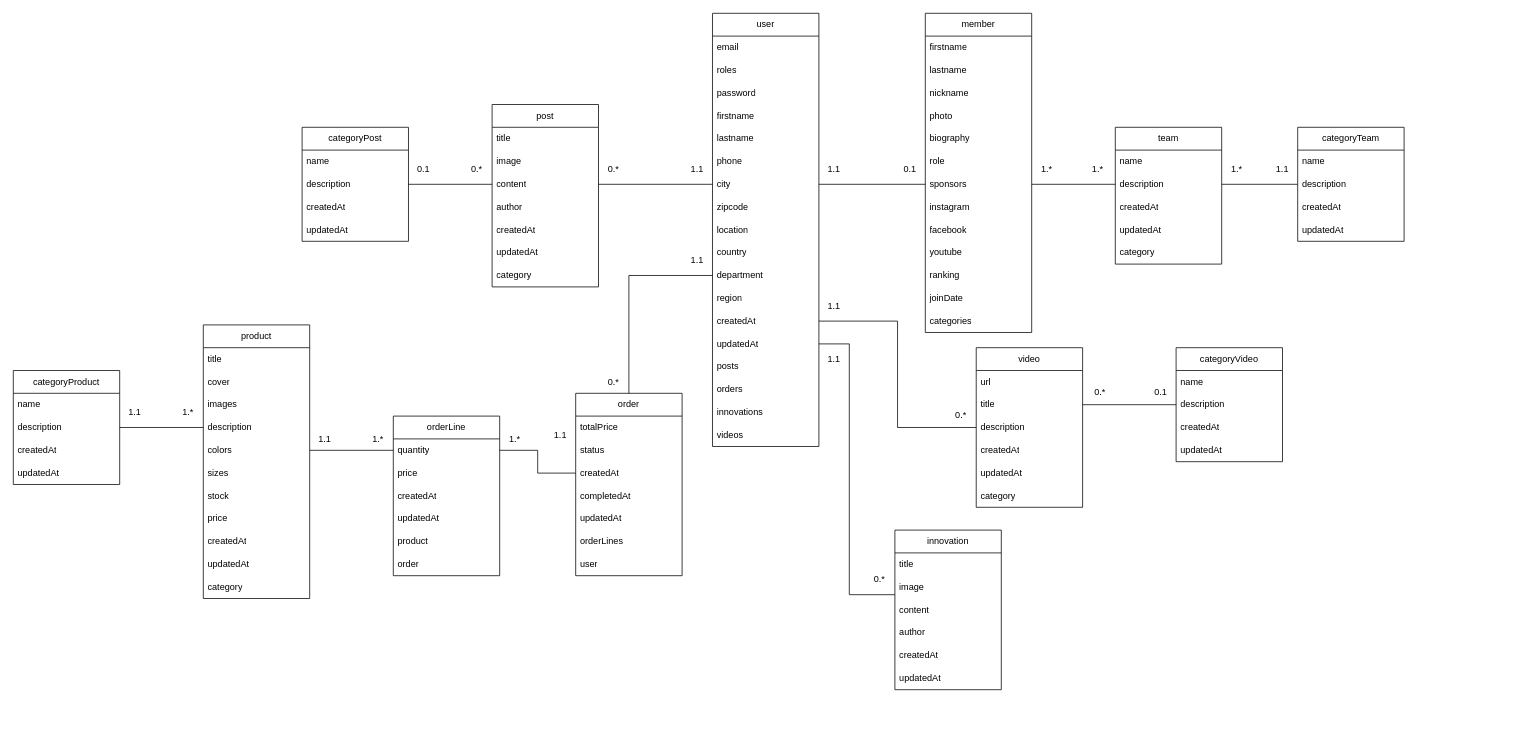
This is MCD.drawio from Altmanmike/bodyboardbrand, a draw.io file, before an edit. Source tidied: cells renumbered, new cells numbered last; positions are measured from the earlier drawing's top-left corner, leaving out a move shared by most shapes. Both pictures are drawn from the tidied source at 76%, with x=0, y=0 at pixel (13, 13).
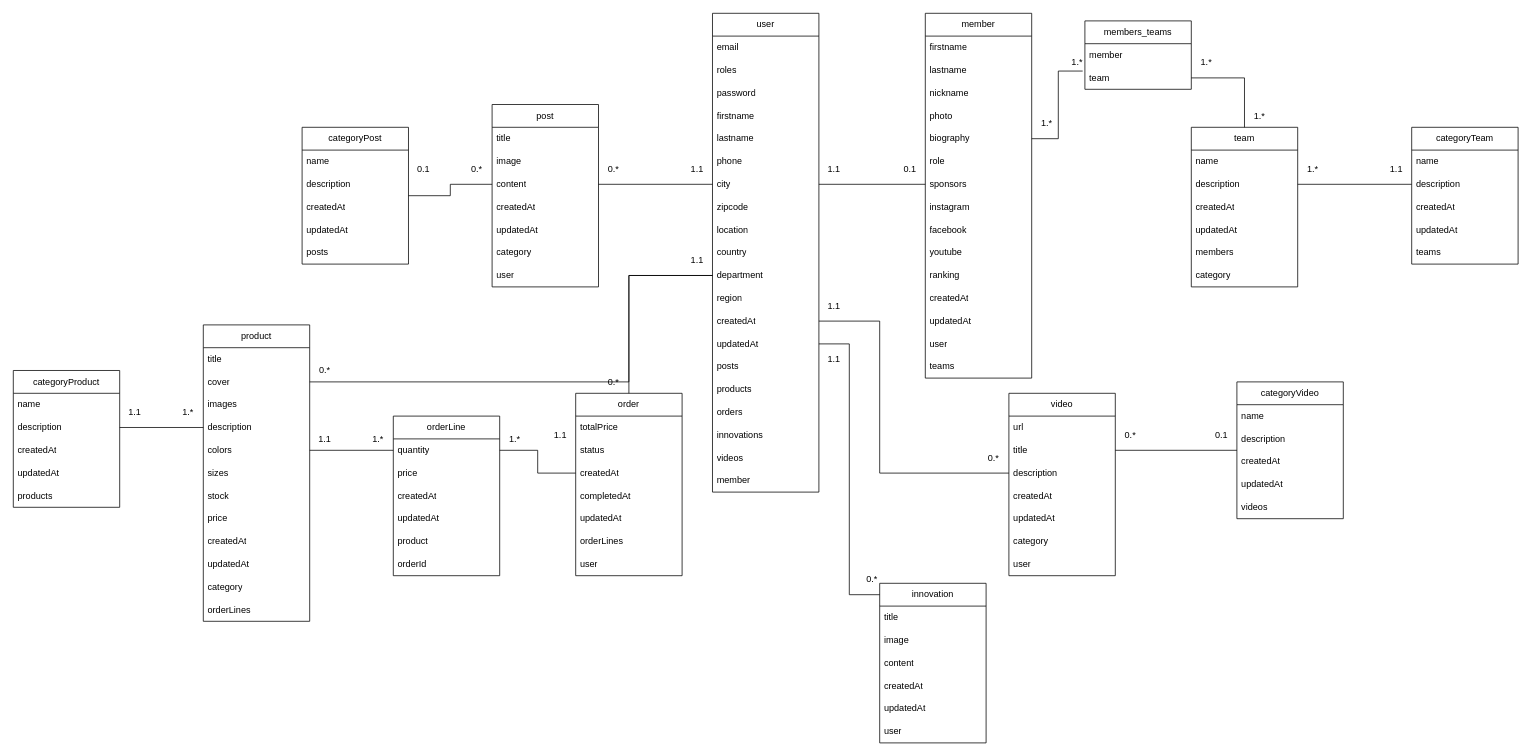
Above is the later version.

The change refers to these unchanged cells:
```xml
<mxCell id="13" value="department" style="text;strokeColor=none;fillColor=none;align=left;verticalAlign=middle;spacingLeft=4;spacingRight=4;overflow=hidden;points=[[0,0.5],[1,0.5]];portConstraint=eastwest;whiteSpace=wrap;html=1;" parent="2" vertex="1">
  <mxGeometry y="330" width="140" height="30" as="geometry" />
</mxCell>
<mxCell id="15" value="createdAt" style="text;strokeColor=none;fillColor=none;align=left;verticalAlign=middle;spacingLeft=4;spacingRight=4;overflow=hidden;points=[[0,0.5],[1,0.5]];portConstraint=eastwest;whiteSpace=wrap;html=1;" parent="2" vertex="1">
  <mxGeometry y="390" width="140" height="30" as="geometry" />
</mxCell>
<mxCell id="26" value="biography" style="text;strokeColor=none;fillColor=none;align=left;verticalAlign=middle;spacingLeft=4;spacingRight=4;overflow=hidden;points=[[0,0.5],[1,0.5]];portConstraint=eastwest;whiteSpace=wrap;html=1;" parent="21" vertex="1">
  <mxGeometry y="150" width="140" height="30" as="geometry" />
</mxCell>
<mxCell id="28" value="sponsors" style="text;strokeColor=none;fillColor=none;align=left;verticalAlign=middle;spacingLeft=4;spacingRight=4;overflow=hidden;points=[[0,0.5],[1,0.5]];portConstraint=eastwest;whiteSpace=wrap;html=1;" parent="21" vertex="1">
  <mxGeometry y="210" width="140" height="30" as="geometry" />
</mxCell>
<mxCell id="44" value="description" style="text;strokeColor=none;fillColor=none;align=left;verticalAlign=middle;spacingLeft=4;spacingRight=4;overflow=hidden;points=[[0,0.5],[1,0.5]];portConstraint=eastwest;whiteSpace=wrap;html=1;" parent="42" vertex="1">
  <mxGeometry y="60" width="140" height="30" as="geometry" />
</mxCell>
<mxCell id="51" value="description" style="text;strokeColor=none;fillColor=none;align=left;verticalAlign=middle;spacingLeft=4;spacingRight=4;overflow=hidden;points=[[0,0.5],[1,0.5]];portConstraint=eastwest;whiteSpace=wrap;html=1;" parent="48" vertex="1">
  <mxGeometry y="90" width="140" height="30" as="geometry" />
</mxCell>
<mxCell id="55" value="post" style="swimlane;fontStyle=0;horizontal=1;startSize=30;whiteSpace=wrap;html=1;" parent="1" vertex="1">
  <mxGeometry x="630" y="120" width="140" height="240" as="geometry" />
</mxCell>
<mxCell id="65" value="cover" style="text;strokeColor=none;fillColor=none;align=left;verticalAlign=middle;spacingLeft=4;spacingRight=4;overflow=hidden;points=[[0,0.5],[1,0.5]];portConstraint=eastwest;whiteSpace=wrap;html=1;" parent="63" vertex="1">
  <mxGeometry y="60" width="140" height="30" as="geometry" />
</mxCell>
<mxCell id="130" value="orderLine" style="swimlane;fontStyle=0;horizontal=1;startSize=30;whiteSpace=wrap;html=1;" parent="1" vertex="1">
  <mxGeometry x="500" y="530" width="140" height="210" as="geometry" />
</mxCell>
```

Diff of the diagram source:
```diff
@@
     <mxCell id="2" value="user" style="swimlane;fontStyle=0;horizontal=1;startSize=30;whiteSpace=wrap;html=1;" parent="1" vertex="1">
-      <mxGeometry x="920" width="140" height="570" as="geometry" />
+      <mxGeometry x="920" width="140" height="630" as="geometry" />
     </mxCell>
@@
+    <mxCell id="146" value="products" style="text;strokeColor=none;fillColor=none;align=left;verticalAlign=middle;spacingLeft=4;spacingRight=4;overflow=hidden;whiteSpace=wrap;html=1;" parent="2" vertex="1">
+      <mxGeometry y="480" width="140" height="30" as="geometry" />
+    </mxCell>
     <mxCell id="18" value="orders" style="text;strokeColor=none;fillColor=none;align=left;verticalAlign=middle;spacingLeft=4;spacingRight=4;overflow=hidden;whiteSpace=wrap;html=1;" parent="2" vertex="1">
-      <mxGeometry y="480" width="140" height="30" as="geometry" />
+      <mxGeometry y="510" width="140" height="30" as="geometry" />
     </mxCell>
     <mxCell id="19" value="innovations" style="text;strokeColor=none;fillColor=none;align=left;verticalAlign=middle;spacingLeft=4;spacingRight=4;overflow=hidden;whiteSpace=wrap;html=1;" parent="2" vertex="1">
-      <mxGeometry y="510" width="140" height="30" as="geometry" />
+      <mxGeometry y="540" width="140" height="30" as="geometry" />
     </mxCell>
     <mxCell id="20" value="videos" style="text;strokeColor=none;fillColor=none;align=left;verticalAlign=middle;spacingLeft=4;spacingRight=4;overflow=hidden;whiteSpace=wrap;html=1;" parent="2" vertex="1">
-      <mxGeometry y="540" width="140" height="30" as="geometry" />
+      <mxGeometry y="570" width="140" height="30" as="geometry" />
     </mxCell>
+    <mxCell id="147" value="member" style="text;strokeColor=none;fillColor=none;align=left;verticalAlign=middle;spacingLeft=4;spacingRight=4;overflow=hidden;whiteSpace=wrap;html=1;" parent="2" vertex="1">
+      <mxGeometry y="600" width="140" height="30" as="geometry" />
+    </mxCell>
     <mxCell id="21" value="member" style="swimlane;fontStyle=0;horizontal=1;startSize=30;whiteSpace=wrap;html=1;" parent="1" vertex="1">
-      <mxGeometry x="1200" width="140" height="420" as="geometry" />
+      <mxGeometry x="1200" width="140" height="480" as="geometry" />
     </mxCell>
@@
-    <mxCell id="33" value="joinDate" style="text;strokeColor=none;fillColor=none;align=left;verticalAlign=middle;spacingLeft=4;spacingRight=4;overflow=hidden;whiteSpace=wrap;html=1;" parent="21" vertex="1">
-      <mxGeometry y="360" width="140" height="30" as="geometry" />
-    </mxCell>
+    <mxCell id="148" value="createdAt" style="text;strokeColor=none;fillColor=none;align=left;verticalAlign=middle;spacingLeft=4;spacingRight=4;overflow=hidden;whiteSpace=wrap;html=1;" parent="21" vertex="1">
+      <mxGeometry y="360" width="140" height="30" as="geometry" />
+    </mxCell>
+    <mxCell id="149" value="updatedAt" style="text;strokeColor=none;fillColor=none;align=left;verticalAlign=middle;spacingLeft=4;spacingRight=4;overflow=hidden;whiteSpace=wrap;html=1;" parent="21" vertex="1">
+      <mxGeometry y="390" width="140" height="30" as="geometry" />
+    </mxCell>
+    <mxCell id="150" value="user" style="text;strokeColor=none;fillColor=none;align=left;verticalAlign=middle;spacingLeft=4;spacingRight=4;overflow=hidden;whiteSpace=wrap;html=1;" parent="21" vertex="1">
+      <mxGeometry y="420" width="140" height="30" as="geometry" />
+    </mxCell>
-    <mxCell id="34" value="categories" style="text;strokeColor=none;fillColor=none;align=left;verticalAlign=middle;spacingLeft=4;spacingRight=4;overflow=hidden;whiteSpace=wrap;html=1;" parent="21" vertex="1">
-      <mxGeometry y="390" width="140" height="30" as="geometry" />
+    <mxCell id="34" value="teams" style="text;strokeColor=none;fillColor=none;align=left;verticalAlign=middle;spacingLeft=4;spacingRight=4;overflow=hidden;whiteSpace=wrap;html=1;" parent="21" vertex="1">
+      <mxGeometry y="450" width="140" height="30" as="geometry" />
     </mxCell>
     <mxCell id="35" value="innovation" style="swimlane;fontStyle=0;horizontal=1;startSize=30;whiteSpace=wrap;html=1;" parent="1" vertex="1">
-      <mxGeometry x="1160" y="680" width="140" height="210" as="geometry" />
+      <mxGeometry x="1140" y="750" width="140" height="210" as="geometry" />
     </mxCell>
@@
-    <mxCell id="39" value="author" style="text;strokeColor=none;fillColor=none;align=left;verticalAlign=middle;spacingLeft=4;spacingRight=4;overflow=hidden;whiteSpace=wrap;html=1;" parent="35" vertex="1">
-      <mxGeometry y="120" width="140" height="30" as="geometry" />
-    </mxCell>
     <mxCell id="40" value="createdAt" style="text;strokeColor=none;fillColor=none;align=left;verticalAlign=middle;spacingLeft=4;spacingRight=4;overflow=hidden;whiteSpace=wrap;html=1;" parent="35" vertex="1">
-      <mxGeometry y="150" width="140" height="30" as="geometry" />
+      <mxGeometry y="120" width="140" height="30" as="geometry" />
     </mxCell>
     <mxCell id="41" value="updatedAt" style="text;strokeColor=none;fillColor=none;align=left;verticalAlign=middle;spacingLeft=4;spacingRight=4;overflow=hidden;whiteSpace=wrap;html=1;" parent="35" vertex="1">
-      <mxGeometry y="180" width="140" height="30" as="geometry" />
+      <mxGeometry y="150" width="140" height="30" as="geometry" />
     </mxCell>
+    <mxCell id="151" value="user" style="text;strokeColor=none;fillColor=none;align=left;verticalAlign=middle;spacingLeft=4;spacingRight=4;overflow=hidden;whiteSpace=wrap;html=1;" parent="35" vertex="1">
+      <mxGeometry y="180" width="140" height="30" as="geometry" />
+    </mxCell>
     <mxCell id="42" value="team" style="swimlane;fontStyle=0;horizontal=1;startSize=30;whiteSpace=wrap;html=1;" parent="1" vertex="1">
-      <mxGeometry x="1450" y="150" width="140" height="180" as="geometry" />
+      <mxGeometry x="1550" y="150" width="140" height="210" as="geometry" />
     </mxCell>
@@
+    <mxCell id="152" value="members" style="text;strokeColor=none;fillColor=none;align=left;verticalAlign=middle;spacingLeft=4;spacingRight=4;overflow=hidden;whiteSpace=wrap;html=1;" parent="42" vertex="1">
+      <mxGeometry y="150" width="140" height="30" as="geometry" />
+    </mxCell>
     <mxCell id="47" value="category" style="text;strokeColor=none;fillColor=none;align=left;verticalAlign=middle;spacingLeft=4;spacingRight=4;overflow=hidden;whiteSpace=wrap;html=1;" parent="42" vertex="1">
-      <mxGeometry y="150" width="140" height="30" as="geometry" />
+      <mxGeometry y="180" width="140" height="30" as="geometry" />
     </mxCell>
     <mxCell id="48" value="video" style="swimlane;fontStyle=0;horizontal=1;startSize=30;whiteSpace=wrap;html=1;" parent="1" vertex="1">
-      <mxGeometry x="1267" y="440" width="140" height="210" as="geometry" />
+      <mxGeometry x="1310" y="500" width="140" height="240" as="geometry" />
     </mxCell>
@@
+    <mxCell id="153" value="user" style="text;strokeColor=none;fillColor=none;align=left;verticalAlign=middle;spacingLeft=4;spacingRight=4;overflow=hidden;whiteSpace=wrap;html=1;" parent="48" vertex="1">
+      <mxGeometry y="210" width="140" height="30" as="geometry" />
+    </mxCell>
@@
-    <mxCell id="59" value="author" style="text;strokeColor=none;fillColor=none;align=left;verticalAlign=middle;spacingLeft=4;spacingRight=4;overflow=hidden;whiteSpace=wrap;html=1;" parent="55" vertex="1">
-      <mxGeometry y="120" width="140" height="30" as="geometry" />
-    </mxCell>
     <mxCell id="60" value="createdAt" style="text;strokeColor=none;fillColor=none;align=left;verticalAlign=middle;spacingLeft=4;spacingRight=4;overflow=hidden;whiteSpace=wrap;html=1;" parent="55" vertex="1">
-      <mxGeometry y="150" width="140" height="30" as="geometry" />
+      <mxGeometry y="120" width="140" height="30" as="geometry" />
     </mxCell>
     <mxCell id="61" value="updatedAt" style="text;strokeColor=none;fillColor=none;align=left;verticalAlign=middle;spacingLeft=4;spacingRight=4;overflow=hidden;whiteSpace=wrap;html=1;" parent="55" vertex="1">
-      <mxGeometry y="180" width="140" height="30" as="geometry" />
+      <mxGeometry y="150" width="140" height="30" as="geometry" />
     </mxCell>
     <mxCell id="62" value="category" style="text;strokeColor=none;fillColor=none;align=left;verticalAlign=middle;spacingLeft=4;spacingRight=4;overflow=hidden;whiteSpace=wrap;html=1;" parent="55" vertex="1">
-      <mxGeometry y="210" width="140" height="30" as="geometry" />
+      <mxGeometry y="180" width="140" height="30" as="geometry" />
     </mxCell>
+    <mxCell id="154" value="user" style="text;strokeColor=none;fillColor=none;align=left;verticalAlign=middle;spacingLeft=4;spacingRight=4;overflow=hidden;whiteSpace=wrap;html=1;" parent="55" vertex="1">
+      <mxGeometry y="210" width="140" height="30" as="geometry" />
+    </mxCell>
     <mxCell id="63" value="product" style="swimlane;fontStyle=0;horizontal=1;startSize=30;whiteSpace=wrap;html=1;" parent="1" vertex="1">
-      <mxGeometry x="250" y="410" width="140" height="360" as="geometry" />
+      <mxGeometry x="250" y="410" width="140" height="390" as="geometry" />
     </mxCell>
@@
+    <mxCell id="155" value="orderLines" style="text;strokeColor=none;fillColor=none;align=left;verticalAlign=middle;spacingLeft=4;spacingRight=4;overflow=hidden;whiteSpace=wrap;html=1;" parent="63" vertex="1">
+      <mxGeometry y="360" width="140" height="30" as="geometry" />
+    </mxCell>
@@
-    <mxCell id="81" style="edgeStyle=none;html=1;exitX=1;exitY=0.5;exitDx=0;exitDy=0;entryX=0;entryY=0.5;entryDx=0;entryDy=0;endArrow=none;endFill=0;" parent="1" edge="1" source="28" target="44">
-      <mxGeometry relative="1" as="geometry" />
-    </mxCell>
     <mxCell id="82" value="1.*" style="text;html=1;strokeColor=none;fillColor=none;align=center;verticalAlign=middle;whiteSpace=wrap;rounded=0;" parent="1" vertex="1">
-      <mxGeometry x="1407" y="190" width="40" height="30" as="geometry" />
+      <mxGeometry x="1620" y="120" width="40" height="30" as="geometry" />
     </mxCell>
@@
     <mxCell id="84" style="edgeStyle=orthogonalEdgeStyle;html=1;exitX=1;exitY=0.5;exitDx=0;exitDy=0;entryX=0;entryY=0.5;entryDx=0;entryDy=0;endArrow=none;endFill=0;rounded=0;" parent="1" edge="1" source="15" target="51">
-      <mxGeometry relative="1" as="geometry" />
+      <mxGeometry relative="1" as="geometry">
+        <Array as="points">
+          <mxPoint x="1140" y="405" />
+          <mxPoint x="1140" y="605" />
+        </Array>
+      </mxGeometry>
     </mxCell>
@@
     <mxCell id="87" value="0.*" style="text;html=1;strokeColor=none;fillColor=none;align=center;verticalAlign=middle;whiteSpace=wrap;rounded=0;" parent="1" vertex="1">
-      <mxGeometry x="1227" y="514" width="40" height="30" as="geometry" />
+      <mxGeometry x="1270" y="570" width="40" height="30" as="geometry" />
     </mxCell>
     <mxCell id="88" value="0.*" style="text;html=1;strokeColor=none;fillColor=none;align=center;verticalAlign=middle;whiteSpace=wrap;rounded=0;" parent="1" vertex="1">
-      <mxGeometry x="1120" y="730" width="40" height="30" as="geometry" />
+      <mxGeometry x="1110" y="730" width="40" height="30" as="geometry" />
     </mxCell>
     <mxCell id="89" value="1.*" style="text;html=1;strokeColor=none;fillColor=none;align=center;verticalAlign=middle;whiteSpace=wrap;rounded=0;" parent="1" vertex="1">
-      <mxGeometry x="1340" y="190" width="40" height="30" as="geometry" />
+      <mxGeometry x="1340" y="130" width="40" height="30" as="geometry" />
     </mxCell>
     <mxCell id="90" value="categoryPost" style="swimlane;fontStyle=0;horizontal=1;startSize=30;whiteSpace=wrap;html=1;" parent="1" vertex="1">
-      <mxGeometry x="380" y="150" width="140" height="150" as="geometry" />
+      <mxGeometry x="380" y="150" width="140" height="180" as="geometry" />
     </mxCell>
@@
+    <mxCell id="156" value="posts" style="text;strokeColor=none;fillColor=none;align=left;verticalAlign=middle;spacingLeft=4;spacingRight=4;overflow=hidden;whiteSpace=wrap;html=1;" parent="90" vertex="1">
+      <mxGeometry y="150" width="140" height="30" as="geometry" />
+    </mxCell>
     <mxCell id="95" value="categoryTeam" style="swimlane;fontStyle=0;horizontal=1;startSize=30;whiteSpace=wrap;html=1;" parent="1" vertex="1">
-      <mxGeometry x="1690" y="150" width="140" height="150" as="geometry" />
+      <mxGeometry x="1840" y="150" width="140" height="180" as="geometry" />
     </mxCell>
@@
+    <mxCell id="157" value="teams" style="text;strokeColor=none;fillColor=none;align=left;verticalAlign=middle;spacingLeft=4;spacingRight=4;overflow=hidden;whiteSpace=wrap;html=1;" parent="95" vertex="1">
+      <mxGeometry y="150" width="140" height="30" as="geometry" />
+    </mxCell>
     <mxCell id="100" value="categoryProduct" style="swimlane;fontStyle=0;horizontal=1;startSize=30;whiteSpace=wrap;html=1;" parent="1" vertex="1">
-      <mxGeometry y="470" width="140" height="150" as="geometry" />
+      <mxGeometry y="470" width="140" height="180" as="geometry" />
     </mxCell>
@@
+    <mxCell id="158" value="products" style="text;strokeColor=none;fillColor=none;align=left;verticalAlign=middle;spacingLeft=4;spacingRight=4;overflow=hidden;whiteSpace=wrap;html=1;" parent="100" vertex="1">
+      <mxGeometry y="150" width="140" height="30" as="geometry" />
+    </mxCell>
     <mxCell id="105" value="categoryVideo" style="swimlane;fontStyle=0;horizontal=1;startSize=30;whiteSpace=wrap;html=1;" parent="1" vertex="1">
-      <mxGeometry x="1530" y="440" width="140" height="150" as="geometry" />
+      <mxGeometry x="1610" y="485" width="140" height="180" as="geometry" />
     </mxCell>
@@
+    <mxCell id="159" value="videos" style="text;strokeColor=none;fillColor=none;align=left;verticalAlign=middle;spacingLeft=4;spacingRight=4;overflow=hidden;whiteSpace=wrap;html=1;" parent="105" vertex="1">
+      <mxGeometry y="150" width="140" height="30" as="geometry" />
+    </mxCell>
@@
     <mxCell id="114" value="1.*" style="text;html=1;strokeColor=none;fillColor=none;align=center;verticalAlign=middle;whiteSpace=wrap;rounded=0;" parent="1" vertex="1">
-      <mxGeometry x="1590" y="190" width="40" height="30" as="geometry" />
+      <mxGeometry x="1690" y="190" width="40" height="30" as="geometry" />
     </mxCell>
     <mxCell id="115" value="1.1" style="text;html=1;strokeColor=none;fillColor=none;align=center;verticalAlign=middle;whiteSpace=wrap;rounded=0;" parent="1" vertex="1">
-      <mxGeometry x="1650" y="190" width="40" height="30" as="geometry" />
+      <mxGeometry x="1800" y="190" width="40" height="30" as="geometry" />
     </mxCell>
@@
     <mxCell id="117" value="0.*" style="text;html=1;strokeColor=none;fillColor=none;align=center;verticalAlign=middle;whiteSpace=wrap;rounded=0;" parent="1" vertex="1">
-      <mxGeometry x="1410" y="484" width="40" height="30" as="geometry" />
+      <mxGeometry x="1450" y="540" width="40" height="30" as="geometry" />
     </mxCell>
     <mxCell id="118" value="0.1" style="text;html=1;strokeColor=none;fillColor=none;align=center;verticalAlign=middle;whiteSpace=wrap;rounded=0;" parent="1" vertex="1">
-      <mxGeometry x="1490" y="484" width="40" height="30" as="geometry" />
+      <mxGeometry x="1570" y="540" width="40" height="30" as="geometry" />
     </mxCell>
@@
-    <mxCell id="136" value="order" style="text;strokeColor=none;fillColor=none;align=left;verticalAlign=middle;spacingLeft=4;spacingRight=4;overflow=hidden;whiteSpace=wrap;html=1;" parent="130" vertex="1">
+    <mxCell id="136" value="orderId" style="text;strokeColor=none;fillColor=none;align=left;verticalAlign=middle;spacingLeft=4;spacingRight=4;overflow=hidden;whiteSpace=wrap;html=1;" parent="130" vertex="1">
       <mxGeometry y="180" width="140" height="30" as="geometry" />
     </mxCell>
@@
+    <mxCell id="160" value="members_teams" style="swimlane;fontStyle=0;horizontal=1;startSize=30;whiteSpace=wrap;html=1;" parent="1" vertex="1">
+      <mxGeometry x="1410" y="10" width="140" height="90" as="geometry" />
+    </mxCell>
+    <mxCell id="161" value="member" style="text;strokeColor=none;fillColor=none;align=left;verticalAlign=middle;spacingLeft=4;spacingRight=4;overflow=hidden;points=[[0,0.5],[1,0.5]];portConstraint=eastwest;whiteSpace=wrap;html=1;" parent="160" vertex="1">
+      <mxGeometry y="30" width="140" height="30" as="geometry" />
+    </mxCell>
+    <mxCell id="162" value="team" style="text;strokeColor=none;fillColor=none;align=left;verticalAlign=middle;spacingLeft=4;spacingRight=4;overflow=hidden;points=[[0,0.5],[1,0.5]];portConstraint=eastwest;whiteSpace=wrap;html=1;" parent="160" vertex="1">
+      <mxGeometry y="60" width="140" height="30" as="geometry" />
+    </mxCell>
+    <mxCell id="163" style="edgeStyle=orthogonalEdgeStyle;html=1;exitX=-0.021;exitY=1.2;exitDx=0;exitDy=0;entryX=1;entryY=0.5;entryDx=0;entryDy=0;rounded=0;endArrow=none;endFill=0;exitPerimeter=0;" parent="1" edge="1" source="161" target="26">
+      <mxGeometry relative="1" as="geometry" />
+    </mxCell>
+    <mxCell id="164" style="edgeStyle=orthogonalEdgeStyle;rounded=0;html=1;entryX=0.5;entryY=0;entryDx=0;entryDy=0;endArrow=none;endFill=0;exitX=1;exitY=0.5;exitDx=0;exitDy=0;" parent="1" edge="1" source="162" target="42">
+      <mxGeometry relative="1" as="geometry" />
+    </mxCell>
+    <mxCell id="165" value="1.*" style="text;html=1;strokeColor=none;fillColor=none;align=center;verticalAlign=middle;whiteSpace=wrap;rounded=0;" parent="1" vertex="1">
+      <mxGeometry x="1550" y="50" width="40" height="30" as="geometry" />
+    </mxCell>
+    <mxCell id="166" value="1.*" style="text;html=1;strokeColor=none;fillColor=none;align=center;verticalAlign=middle;whiteSpace=wrap;rounded=0;" parent="1" vertex="1">
+      <mxGeometry x="1380" y="50" width="40" height="30" as="geometry" />
+    </mxCell>
+    <mxCell id="167" style="edgeStyle=orthogonalEdgeStyle;html=1;exitX=0;exitY=0.5;exitDx=0;exitDy=0;entryX=1;entryY=0.5;entryDx=0;entryDy=0;endArrow=none;endFill=0;rounded=0;" parent="1" edge="1" source="13" target="65">
+      <mxGeometry relative="1" as="geometry">
+        <Array as="points">
+          <mxPoint x="810" y="345" />
+          <mxPoint x="810" y="485" />
+        </Array>
+      </mxGeometry>
+    </mxCell>
+    <mxCell id="168" value="0.*" style="text;html=1;strokeColor=none;fillColor=none;align=center;verticalAlign=middle;whiteSpace=wrap;rounded=0;" parent="1" vertex="1">
+      <mxGeometry x="390" y="455" width="40" height="30" as="geometry" />
+    </mxCell>
```
